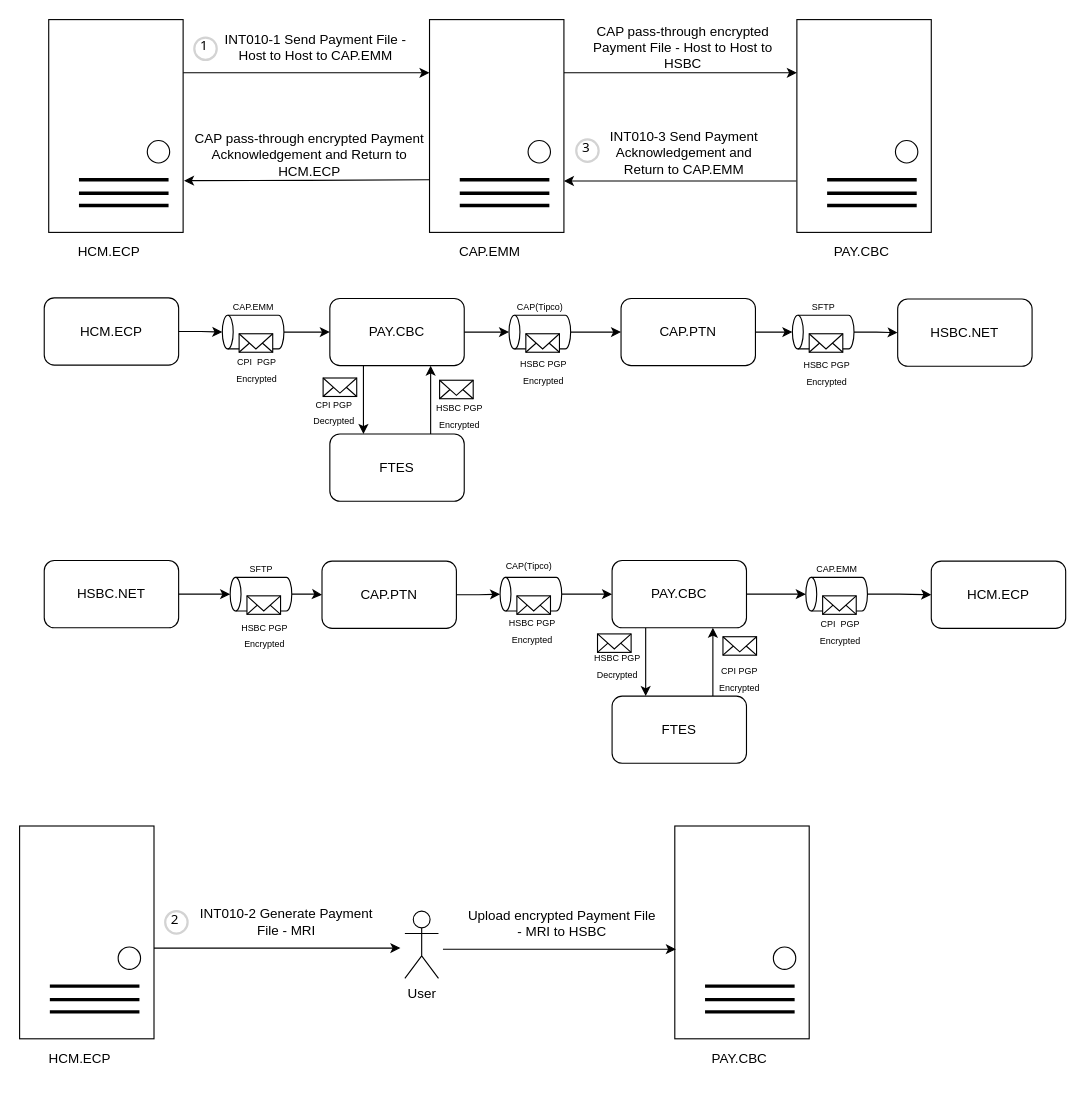
This is page "HSBC" (17 of 19) of Untitled Diagram.drawio from wsxad234/flowchart, a draw.io file, before an edit. Source tidied: cells renumbered, new cells numbered last; positions are measured from the earlier drawing's top-left corner, leaving out a move shared by most shapes. Both pictures are drawn from the tidied source at 112%, with x=0, y=0 at pixel (19, 19).
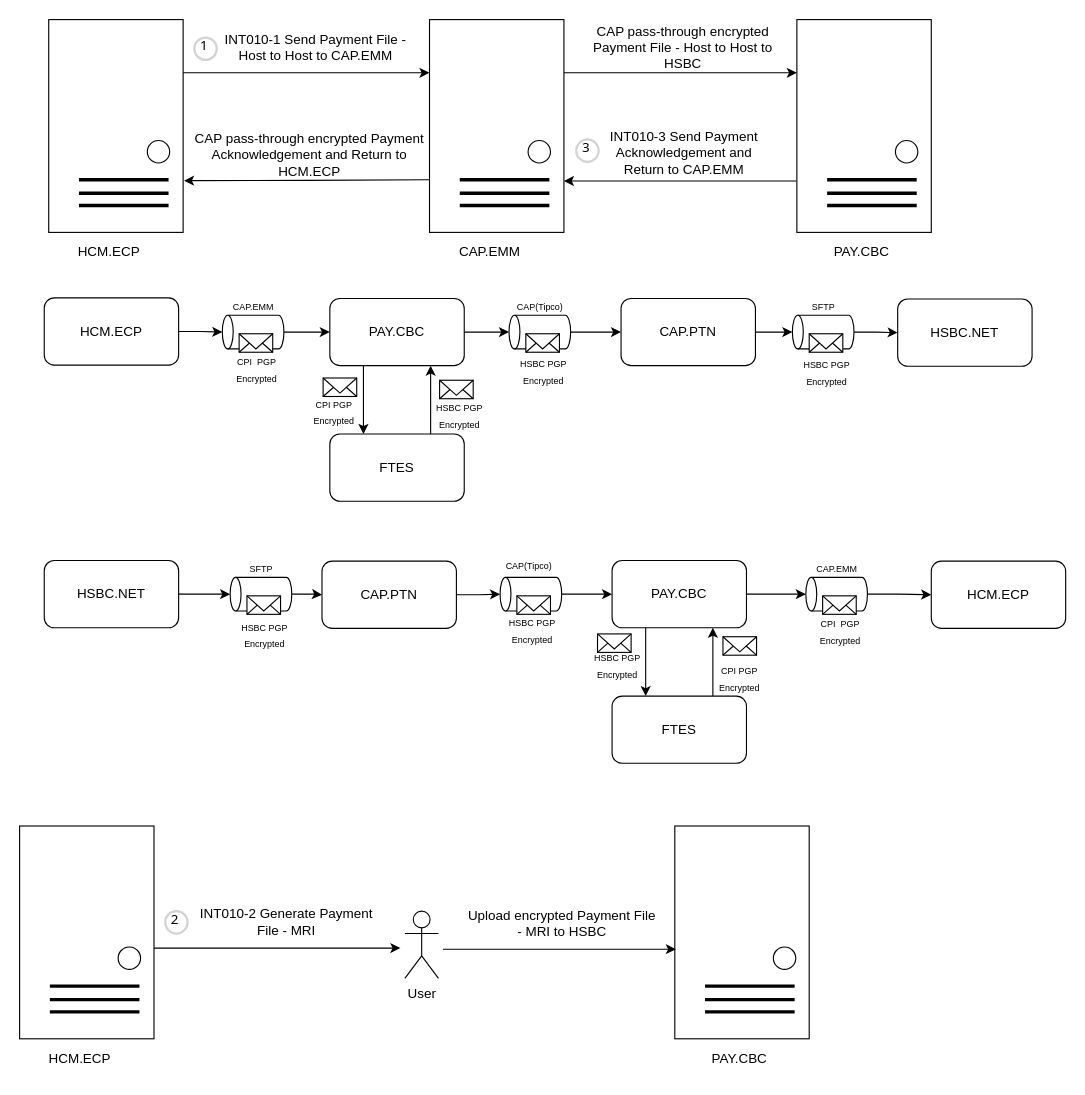
The same diagram, later.

Diff of the diagram source:
```diff
@@
-    <mxCell id="53" value="&lt;font style=&quot;font-size: 8px;&quot;&gt;CPI PGP Decrypted&lt;/font&gt;" style="text;html=1;strokeColor=none;fillColor=none;align=center;verticalAlign=middle;whiteSpace=wrap;rounded=0;" parent="1" vertex="1">
+    <mxCell id="53" value="&lt;font style=&quot;font-size: 8px;&quot;&gt;CPI PGP Encrypted&lt;/font&gt;" style="text;html=1;strokeColor=none;fillColor=none;align=center;verticalAlign=middle;whiteSpace=wrap;rounded=0;" parent="1" vertex="1">
       <mxGeometry x="249" y="338.5" width="64" height="23.5" as="geometry" />
     </mxCell>
@@
-    <mxCell id="84" value="&lt;font style=&quot;font-size: 8px;&quot;&gt;HSBC PGP Decrypted&lt;/font&gt;" style="text;html=1;strokeColor=none;fillColor=none;align=center;verticalAlign=middle;whiteSpace=wrap;rounded=0;" parent="1" vertex="1">
+    <mxCell id="84" value="&lt;font style=&quot;font-size: 8px;&quot;&gt;HSBC PGP Encrypted&lt;/font&gt;" style="text;html=1;strokeColor=none;fillColor=none;align=center;verticalAlign=middle;whiteSpace=wrap;rounded=0;" parent="1" vertex="1">
       <mxGeometry x="498" y="562.5" width="72" height="27" as="geometry" />
     </mxCell>
```
